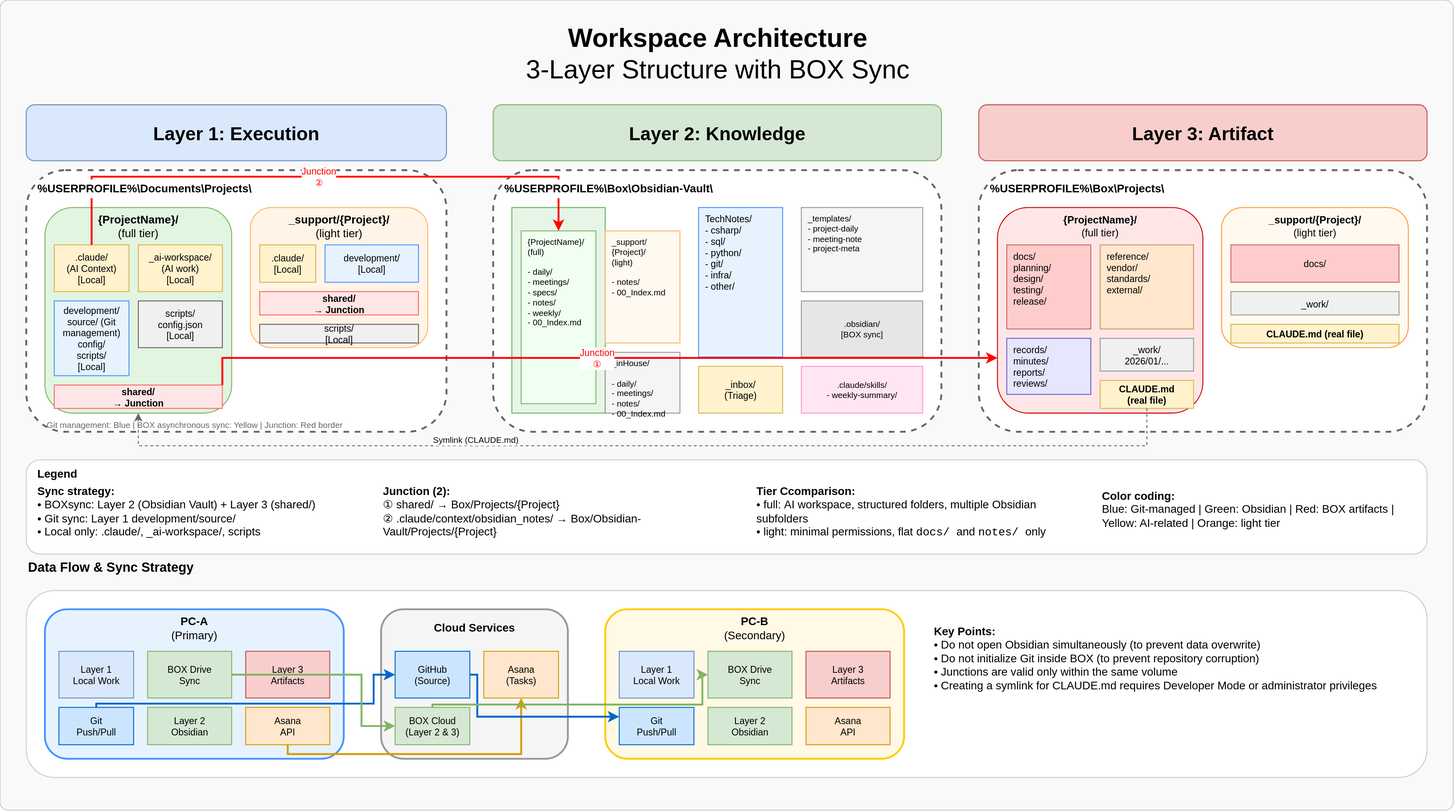
Before: _asset/ai-collab-folder-structure.drawio.svg, a diagram exported from draw.io (yt3trees/ai-collab-folder-structure). Source tidied: cells renumbered, new cells last; positions are measured from the earlier drawing's top-left corner, leaving out a move shared by most shapes.
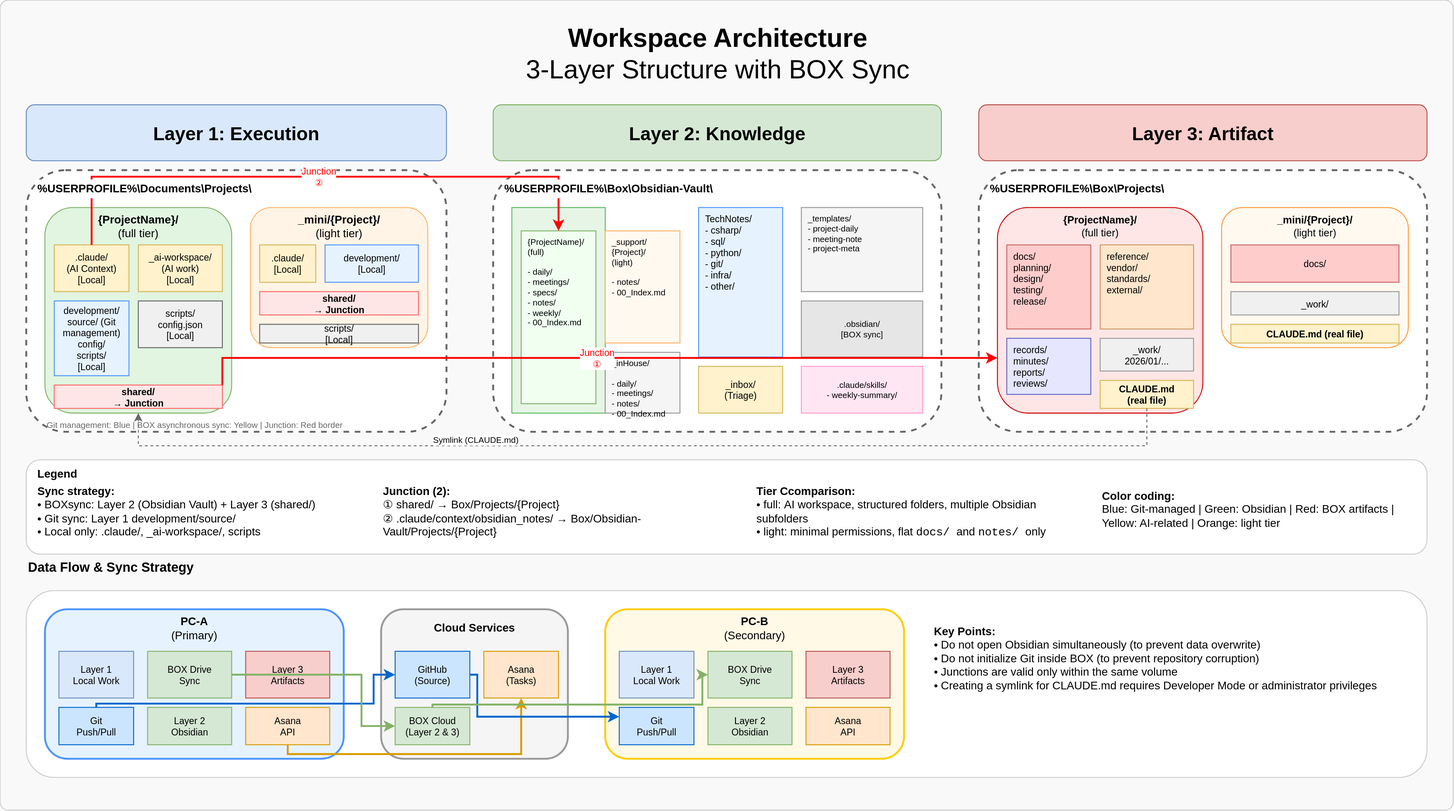
After the change.

What changed in the source:
```diff
@@ -38,7 +38,7 @@
     <mxCell id="13" style="rounded=1;whiteSpace=wrap;html=1;fillColor=#fff4e6;strokeColor=#ffb366;strokeWidth=1;" parent="1" vertex="1">
       <mxGeometry x="268" y="222" width="190" height="150" as="geometry" />
     </mxCell>
-    <mxCell id="14" value="&lt;b&gt;_support/{Project}/&lt;/b&gt;&#10;(light tier)" style="text;html=1;strokeColor=none;fillColor=none;align=center;verticalAlign=middle;whiteSpace=wrap;rounded=0;fontSize=12;" parent="1" vertex="1">
+    <mxCell id="14" value="&lt;b&gt;_mini/{Project}/&lt;/b&gt;&lt;br&gt;(light tier)" style="text;html=1;strokeColor=none;fillColor=none;align=center;verticalAlign=middle;whiteSpace=wrap;rounded=0;fontSize=12;" parent="1" vertex="1">
       <mxGeometry x="268" y="227" width="190" height="30" as="geometry" />
     </mxCell>
     <mxCell id="15" value=".claude/&#10;[Local]" style="rounded=0;whiteSpace=wrap;html=1;fillColor=#fff2cc;strokeColor=#d6b656;fontSize=10;" parent="1" vertex="1">
@@ -122,7 +122,7 @@
     <mxCell id="41" style="rounded=1;whiteSpace=wrap;html=1;fillColor=#fff9f0;strokeColor=#ff9933;strokeWidth=1;" parent="1" vertex="1">
       <mxGeometry x="1308" y="222" width="200" height="150" as="geometry" />
     </mxCell>
-    <mxCell id="42" value="&lt;b&gt;_support/{Project}/&lt;/b&gt;&#10;(light tier)" style="text;html=1;strokeColor=none;fillColor=none;align=center;verticalAlign=middle;whiteSpace=wrap;rounded=0;fontSize=11;" parent="1" vertex="1">
+    <mxCell id="42" value="&lt;b&gt;_mini/{Project}/&lt;/b&gt;&lt;br&gt;(light tier)" style="text;html=1;strokeColor=none;fillColor=none;align=center;verticalAlign=middle;whiteSpace=wrap;rounded=0;fontSize=11;" parent="1" vertex="1">
       <mxGeometry x="1308" y="227" width="200" height="30" as="geometry" />
     </mxCell>
     <mxCell id="43" value="docs/" style="rounded=0;whiteSpace=wrap;html=1;fillColor=#ffcccc;strokeColor=#cc6666;fontSize=10;" parent="1" vertex="1">
```
